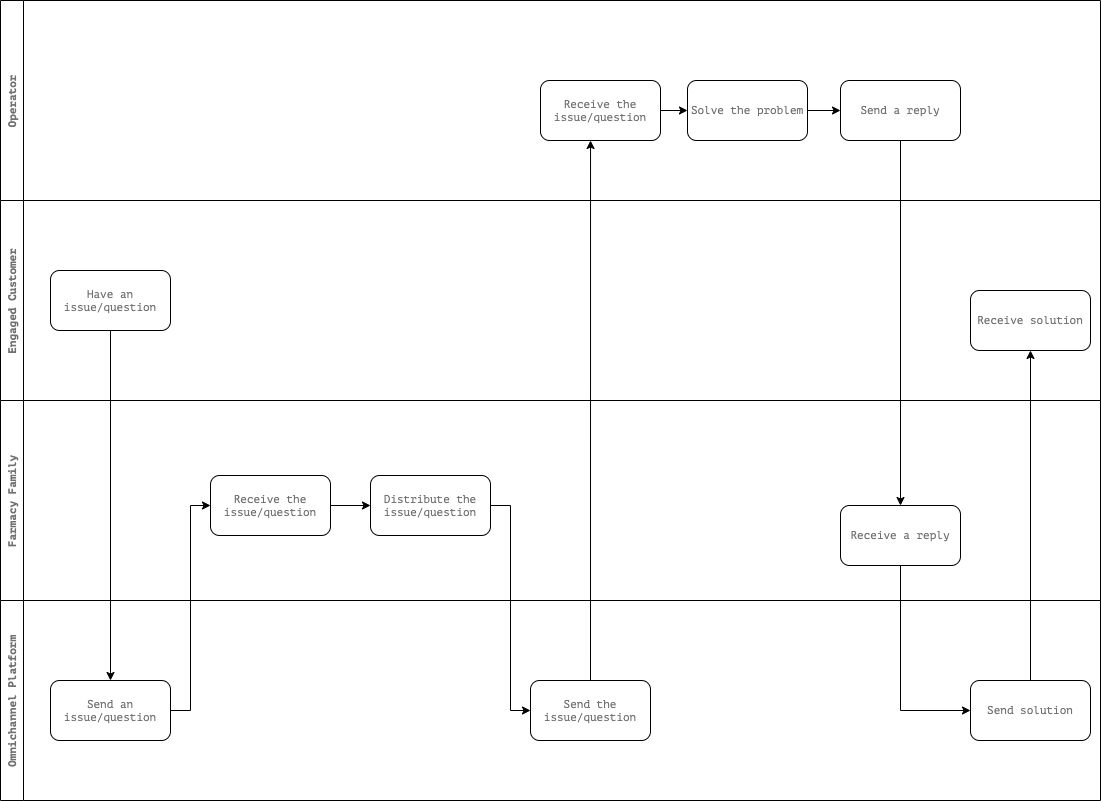
The draw.io diagram Images/CJM4_Operator.png in sakosy/arch_katas_2021, before a commit. Source tidied: cells renumbered, new cells last; positions are measured from the earlier drawing's top-left corner, leaving out a move shared by most shapes.
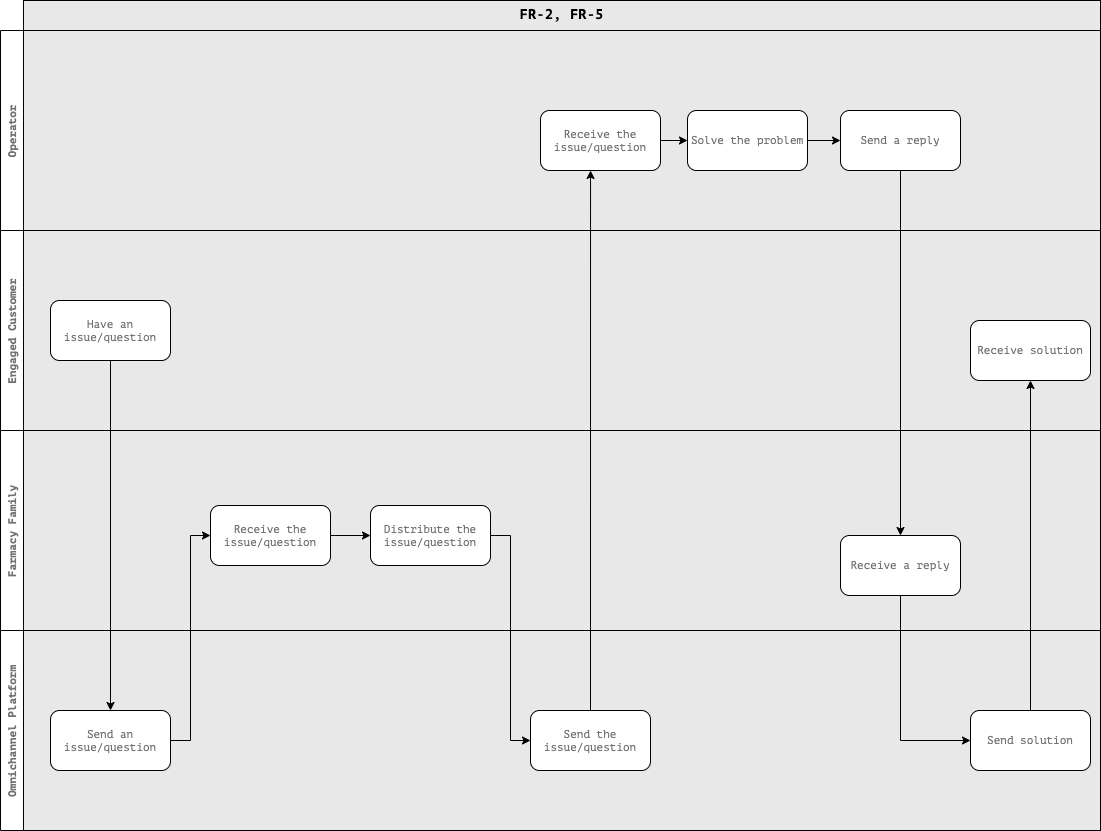
After the change.

Commit message:
Added links to FR to Operator CJM Diagram

What changed in the source:
```diff
@@ -2,7 +2,10 @@
   <root>
     <mxCell id="0" />
     <mxCell id="1" parent="0" />
+    <mxCell id="28" value="FR-2, FR-5" style="rounded=0;whiteSpace=wrap;html=1;fontFamily=PT Mono;fontSize=14;fillColor=#E8E8E8;verticalAlign=top;fontStyle=1;" parent="1" vertex="1">
+      <mxGeometry x="23" y="-30" width="1077" height="830" as="geometry" />
+    </mxCell>
-    <mxCell id="2" value="Operator" style="swimlane;horizontal=0;fontFamily=PT Mono;fontSize=11;fontColor=#707070;fillColor=default;" parent="1" vertex="1">
+    <mxCell id="2" value="Operator" style="swimlane;horizontal=0;fontFamily=PT Mono;fontSize=11;fontColor=#707070;fillColor=#FFFFFF;" parent="1" vertex="1">
       <mxGeometry width="1100" height="200" as="geometry" />
     </mxCell>
     <mxCell id="3" style="edgeStyle=orthogonalEdgeStyle;rounded=0;jettySize=auto;html=1;exitX=1;exitY=0.5;exitDx=0;exitDy=0;entryX=0;entryY=0.5;entryDx=0;entryDy=0;" parent="2" edge="1" source="4" target="6">
```
